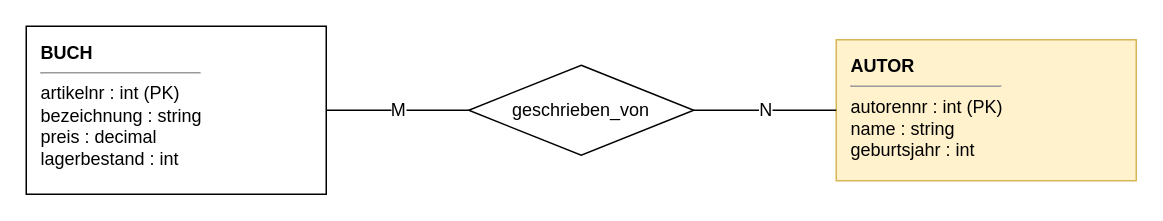
Earlier version of the draw.io diagram page "Erweiterung Autor:innen" (2 of 2) of docs/02-theoriephase/termin-01/code/uebung-01-elibri-kern-modell.drawio (christoecker/Kurs_3019_Datenbanken). Source tidied: cells renumbered, new cells numbered last; positions are measured from the earlier drawing's top-left corner, leaving out a move shared by most shapes. Both pictures are drawn from the tidied source at 150%, with x=0, y=0 at pixel (26, 26).
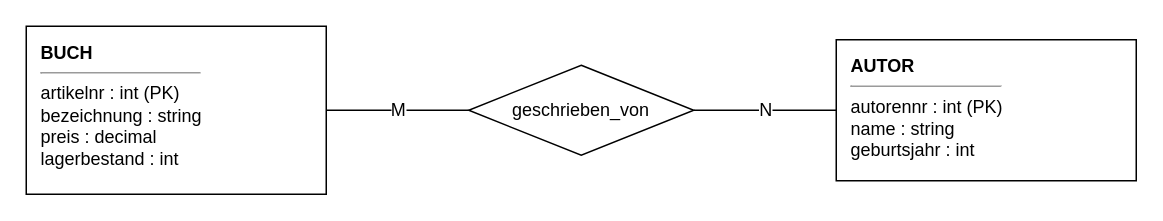
Above is the later version.

What changed in the source:
```diff
@@
 <mxGraphModel>
   <root>
     <mxCell id="0" />
     <mxCell id="1" parent="0" />
     <mxCell id="2" value="&lt;b&gt;BUCH&lt;/b&gt;&lt;hr size=&quot;1&quot;/&gt;artikelnr : int (PK)&lt;br/&gt;bezeichnung : string&lt;br/&gt;preis : decimal&lt;br/&gt;lagerbestand : int" style="whiteSpace=wrap;html=1;align=left;verticalAlign=top;spacingLeft=8;spacingTop=4;fontSize=12;rounded=0;strokeColor=#000000;fillColor=#ffffff;" parent="1" vertex="1">
       <mxGeometry width="200" height="112" as="geometry" />
     </mxCell>
     <mxCell id="3" value="geschrieben_von" style="rhombus;whiteSpace=wrap;html=1;fontSize=12;strokeColor=#000000;fillColor=#ffffff;" parent="1" vertex="1">
       <mxGeometry x="295" y="26" width="150" height="60" as="geometry" />
     </mxCell>
-    <mxCell id="4" value="&lt;b&gt;AUTOR&lt;/b&gt;&lt;hr size=&quot;1&quot;/&gt;autorennr : int (PK)&lt;br/&gt;name : string&lt;br/&gt;geburtsjahr : int" style="whiteSpace=wrap;html=1;align=left;verticalAlign=top;spacingLeft=8;spacingTop=4;fontSize=12;rounded=0;strokeColor=#D6B656;fillColor=#FFF2CC;" parent="1" vertex="1">
+    <mxCell id="4" value="&lt;b&gt;AUTOR&lt;/b&gt;&lt;hr size=&quot;1&quot;/&gt;autorennr : int (PK)&lt;br/&gt;name : string&lt;br/&gt;geburtsjahr : int" style="whiteSpace=wrap;html=1;align=left;verticalAlign=top;spacingLeft=8;spacingTop=4;fontSize=12;rounded=0;strokeColor=#000000;fillColor=#ffffff;" parent="1" vertex="1">
       <mxGeometry x="540" y="9" width="200" height="94" as="geometry" />
     </mxCell>
     <mxCell id="5" value="M" style="endArrow=none;html=1;rounded=0;fontSize=12;labelBackgroundColor=#ffffff;" parent="1" edge="1" source="2" target="3">
       <mxGeometry relative="1" as="geometry" />
     </mxCell>
     <mxCell id="6" value="N" style="endArrow=none;html=1;rounded=0;fontSize=12;labelBackgroundColor=#ffffff;" parent="1" edge="1" source="3" target="4">
       <mxGeometry relative="1" as="geometry" />
     </mxCell>
   </root>
 </mxGraphModel>
```
